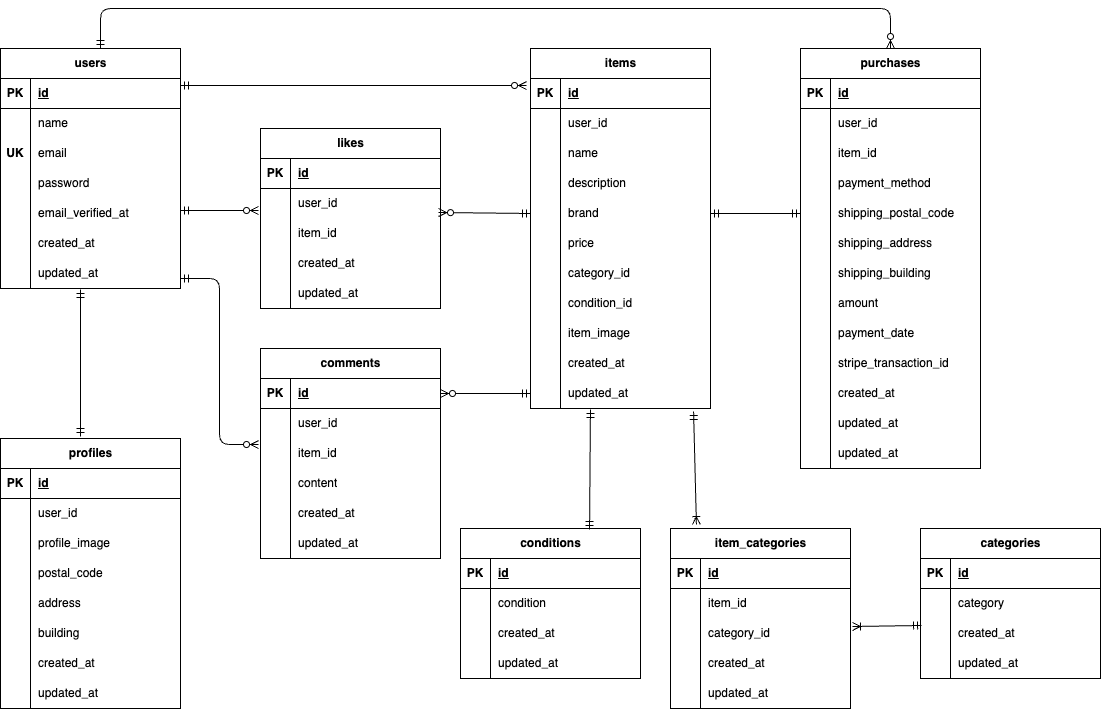
Earlier version of the draw.io export src/er.drawio.png (kvujic/flea-market-app). Source tidied: cells renumbered, new cells last; positions are measured from the earlier drawing's top-left corner, leaving out a move shared by most shapes.
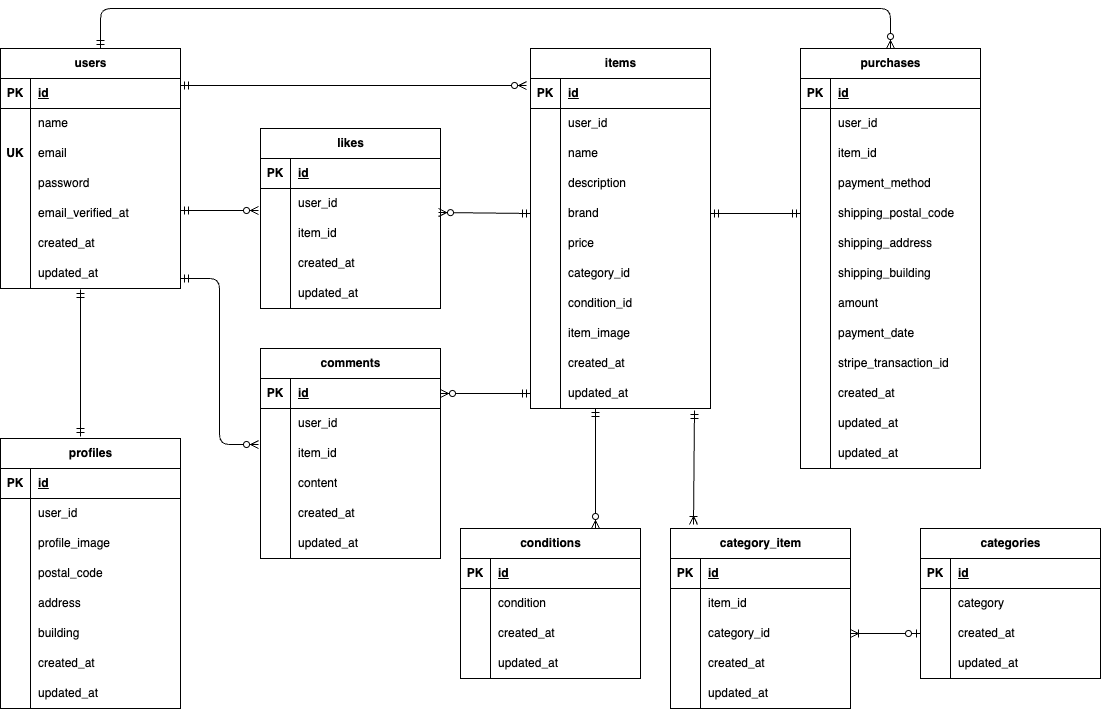
After the commit.

Diff of the diagram source:
```diff
@@ -332,6 +332,9 @@
     <mxCell id="111" value="updated_at" style="shape=partialRectangle;fillColor=none;top=0;left=0;bottom=0;right=0;align=left;spacingLeft=6;overflow=hidden;whiteSpace=wrap;html=1;" parent="109" vertex="1">
       <mxGeometry x="30" width="150" height="30" as="geometry" />
     </mxCell>
+    <mxCell id="211" style="edgeStyle=none;html=1;" parent="1" edge="1" source="65" target="68">
+      <mxGeometry relative="1" as="geometry" />
+    </mxCell>
     <mxCell id="112" value="comments" style="shape=table;startSize=30;rowLines=0;fontStyle=1;align=center;html=1;" parent="1" vertex="1">
       <mxGeometry x="260" y="340" width="180" height="210" as="geometry" />
     </mxCell>
@@ -428,7 +431,7 @@
     <mxCell id="143" value="updated_at" style="shape=partialRectangle;fillColor=none;top=0;left=0;bottom=0;right=0;align=left;spacingLeft=6;overflow=hidden;whiteSpace=wrap;html=1;" parent="141" vertex="1">
       <mxGeometry x="30" width="150" height="30" as="geometry" />
     </mxCell>
-    <mxCell id="144" value="item_categories" style="shape=table;startSize=30;rowLines=0;fontStyle=1;align=center;html=1;" parent="1" vertex="1">
+    <mxCell id="144" value="category_item" style="shape=table;startSize=30;rowLines=0;fontStyle=1;align=center;html=1;" parent="1" vertex="1">
       <mxGeometry x="670" y="520" width="180" height="180" as="geometry" />
     </mxCell>
     <mxCell id="145" style="shape=tableRow;horizontal=0;startSize=0;swimlaneHead=0;swimlaneBody=0;fillColor=none;top=0;left=0;right=0;bottom=1;" parent="144" vertex="1">
@@ -596,9 +599,6 @@
     <mxCell id="199" value="updated_at" style="shape=partialRectangle;fillColor=none;top=0;left=0;bottom=0;right=0;align=left;spacingLeft=6;overflow=hidden;whiteSpace=wrap;html=1;" parent="197" vertex="1">
       <mxGeometry x="30" width="150" height="30" as="geometry" />
     </mxCell>
-    <mxCell id="200" style="fontSize=12;html=1;endArrow=ERoneToMany;startArrow=ERmandOne;entryX=1.011;entryY=0.267;entryDx=0;entryDy=0;entryPerimeter=0;exitX=0.006;exitY=0.233;exitDx=0;exitDy=0;exitPerimeter=0;" parent="1" edge="1" source="90" target="151">
-      <mxGeometry relative="1" as="geometry" />
-    </mxCell>
     <mxCell id="201" style="edgeStyle=entityRelationEdgeStyle;fontSize=12;html=1;endArrow=ERzeroToMany;startArrow=ERmandOne;exitX=1;exitY=0.233;exitDx=0;exitDy=0;exitPerimeter=0;entryX=-0.022;entryY=0.233;entryDx=0;entryDy=0;entryPerimeter=0;" parent="1" edge="1" source="3" target="50">
       <mxGeometry relative="1" as="geometry" />
     </mxCell>
@@ -630,14 +630,19 @@
         </Array>
       </mxGeometry>
     </mxCell>
-    <mxCell id="208" style="fontSize=12;html=1;endArrow=ERoneToMany;startArrow=ERmandOne;exitX=0.906;exitY=1.1;exitDx=0;exitDy=0;exitPerimeter=0;entryX=0.144;entryY=-0.022;entryDx=0;entryDy=0;entryPerimeter=0;" parent="1" edge="1" source="80" target="144">
-      <mxGeometry relative="1" as="geometry" />
+    <mxCell id="208" style="fontSize=12;html=1;endArrow=ERoneToMany;startArrow=ERmandOne;exitX=0.911;exitY=1.067;exitDx=0;exitDy=0;exitPerimeter=0;" parent="1" edge="1" source="80">
+      <mxGeometry relative="1" as="geometry">
+        <mxPoint x="693" y="516" as="targetPoint" />
+      </mxGeometry>
     </mxCell>
-    <mxCell id="209" style="fontSize=12;html=1;endArrow=ERmandOne;startArrow=ERmandOne;exitX=0.717;exitY=0.007;exitDx=0;exitDy=0;exitPerimeter=0;entryX=0.333;entryY=1.033;entryDx=0;entryDy=0;entryPerimeter=0;" parent="1" edge="1" source="131" target="80">
-      <mxGeometry relative="1" as="geometry" />
-    </mxCell>
     <mxCell id="210" style="fontSize=12;html=1;endArrow=ERmandOne;startArrow=ERmandOne;entryX=0;entryY=0.5;entryDx=0;entryDy=0;exitX=1;exitY=0.5;exitDx=0;exitDy=0;" parent="1" edge="1" source="62" target="173">
       <mxGeometry relative="1" as="geometry" />
     </mxCell>
+    <mxCell id="212" style="fontSize=12;html=1;endArrow=ERzeroToMany;startArrow=ERmandOne;entryX=0.75;entryY=0;entryDx=0;entryDy=0;exitX=0.361;exitY=1;exitDx=0;exitDy=0;exitPerimeter=0;" parent="1" edge="1" source="80" target="131">
+      <mxGeometry relative="1" as="geometry" />
+    </mxCell>
+    <mxCell id="200" style="fontSize=12;html=1;endArrow=ERoneToMany;startArrow=ERzeroToOne;entryX=1;entryY=0.5;entryDx=0;entryDy=0;exitX=0;exitY=0.5;exitDx=0;exitDy=0;" parent="1" edge="1" source="90" target="151">
+      <mxGeometry relative="1" as="geometry" />
+    </mxCell>
   </root>
 </mxGraphModel>
```
